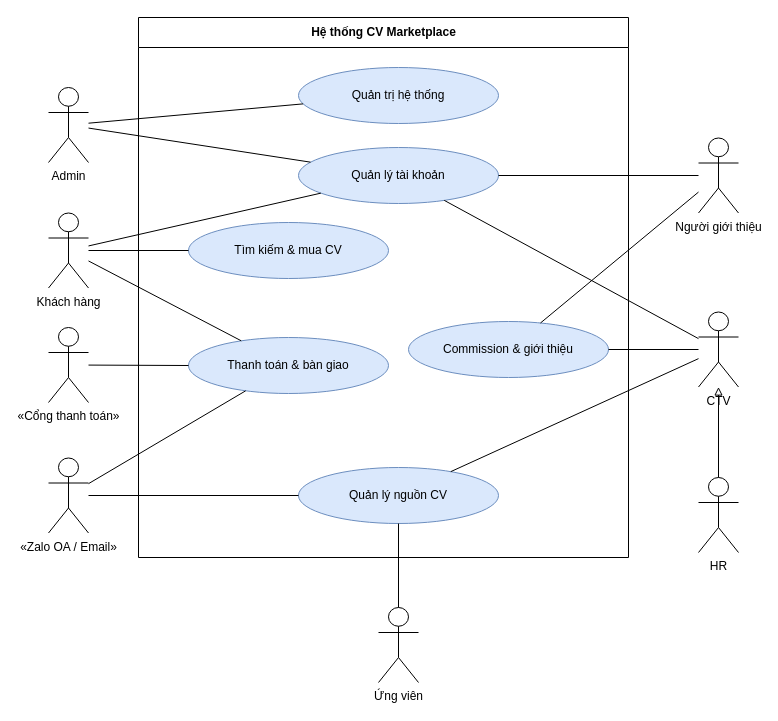
nlinh1703/Bao-cao-thuc-tap-BA keeps this draw.io diagram as page "UC 4.1 Tổng quan" (1 of 40) of Extra/SoDo/CV_Marketplace_So_do_thiet_ke.drawio. Above is the earlier version. Source tidied: cells renumbered, new cells numbered last; positions are measured from the earlier drawing's top-left corner, leaving out a move shared by most shapes. Both pictures are drawn from the tidied source at 100%, with x=0, y=0 at pixel (48, 17).
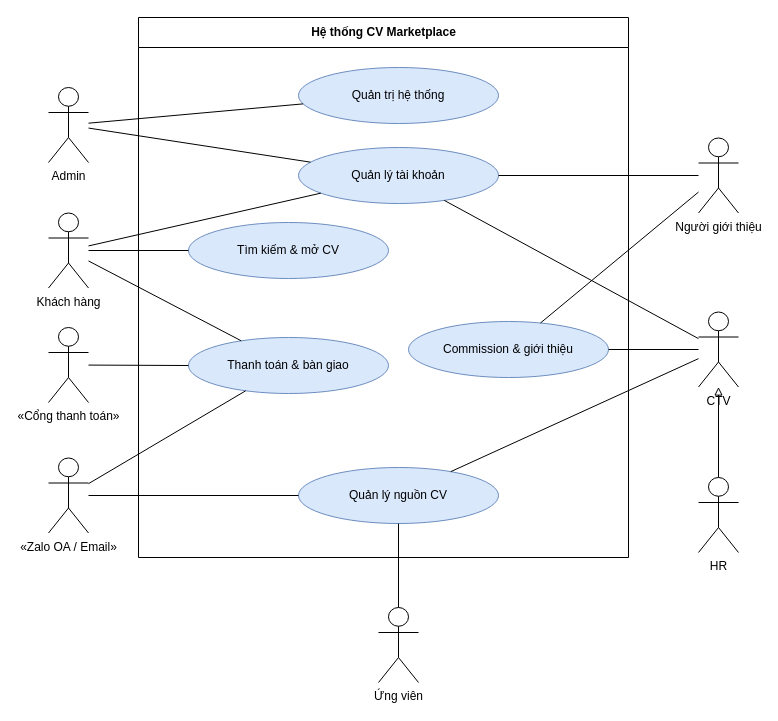
The same diagram, later.

Unchanged cells that the change refers to:
```xml
<mxCell id="2" value="Hệ thống CV Marketplace" style="swimlane;startSize=30;html=1;fillColor=none;fontStyle=1;" parent="1" vertex="1">
  <mxGeometry x="90" width="490" height="540" as="geometry" />
</mxCell>
```

Change to the diagram source:
```diff
@@
-    <mxCell id="5" value="Tìm kiếm &amp; mua CV" style="ellipse;whiteSpace=wrap;html=1;fillColor=#dae8fc;strokeColor=#6c8ebf;" parent="2" vertex="1">
+    <mxCell id="5" value="Tìm kiếm &amp; mở CV" style="ellipse;whiteSpace=wrap;html=1;fillColor=#dae8fc;strokeColor=#6c8ebf;" parent="2" vertex="1">
       <mxGeometry x="50" y="205" width="200" height="56" as="geometry" />
     </mxCell>
```
